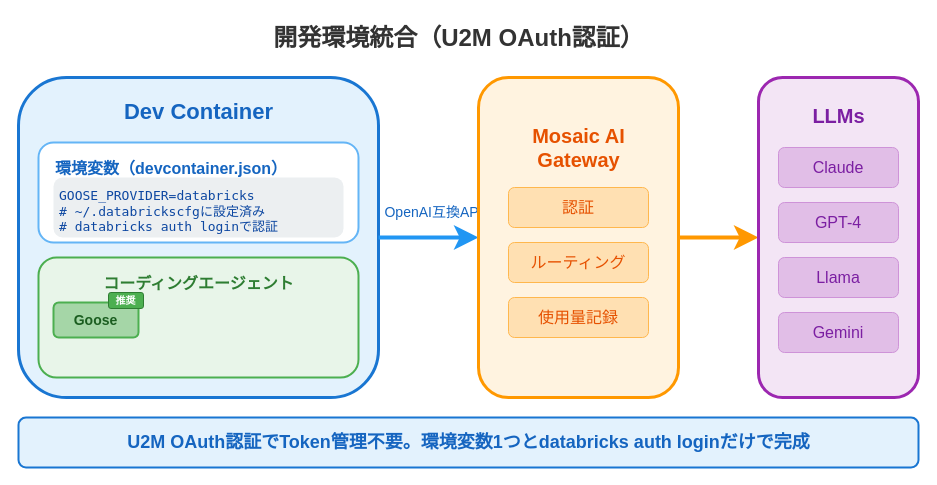
Above: assets/2026-01-27-jedai-ai-gateway/dev-environment.drawio in i9wa4/i9wa4.github.io (draw.io), before the change. Source tidied: cells renumbered, new cells numbered last; positions are measured from the earlier drawing's top-left corner, leaving out a move shared by most shapes. Both pictures are drawn from the tidied source at 100%, with x=0, y=0 at pixel (18, 17).
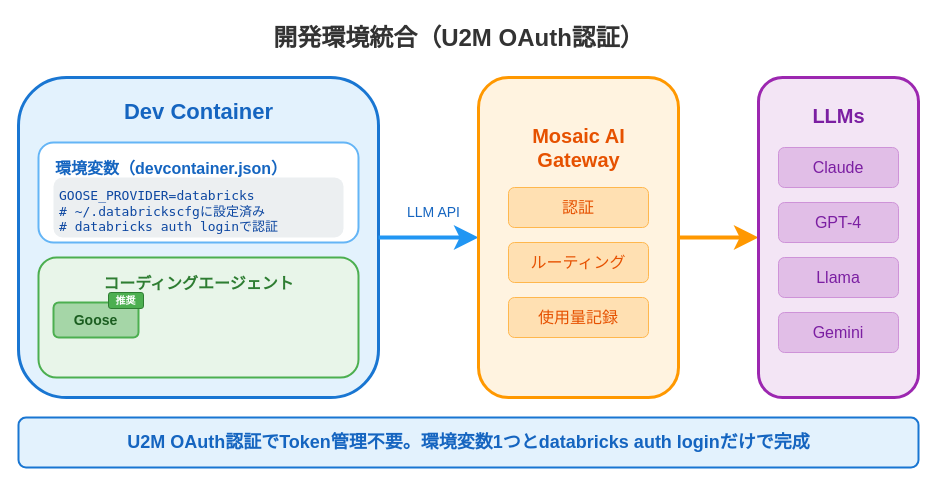
After the change.

Commit message (it also covers changes not shown here):
fix(slides): adjust diagram layouts (Databricks label overlap, LLM API label)

What changed in the source:
```diff
@@
-    <mxCell id="13" value="OpenAI互換API" style="text;html=1;fontSize=14;fontFamily=Noto Sans JP;fontColor=#1565C0;align=center;" parent="1" vertex="1">
+    <mxCell id="13" value="LLM API" style="text;html=1;fontSize=14;fontFamily=Noto Sans JP;fontColor=#1565C0;align=center;" parent="1" vertex="1">
       <mxGeometry x="360" y="180" width="110" height="25" as="geometry" />
     </mxCell>
```
